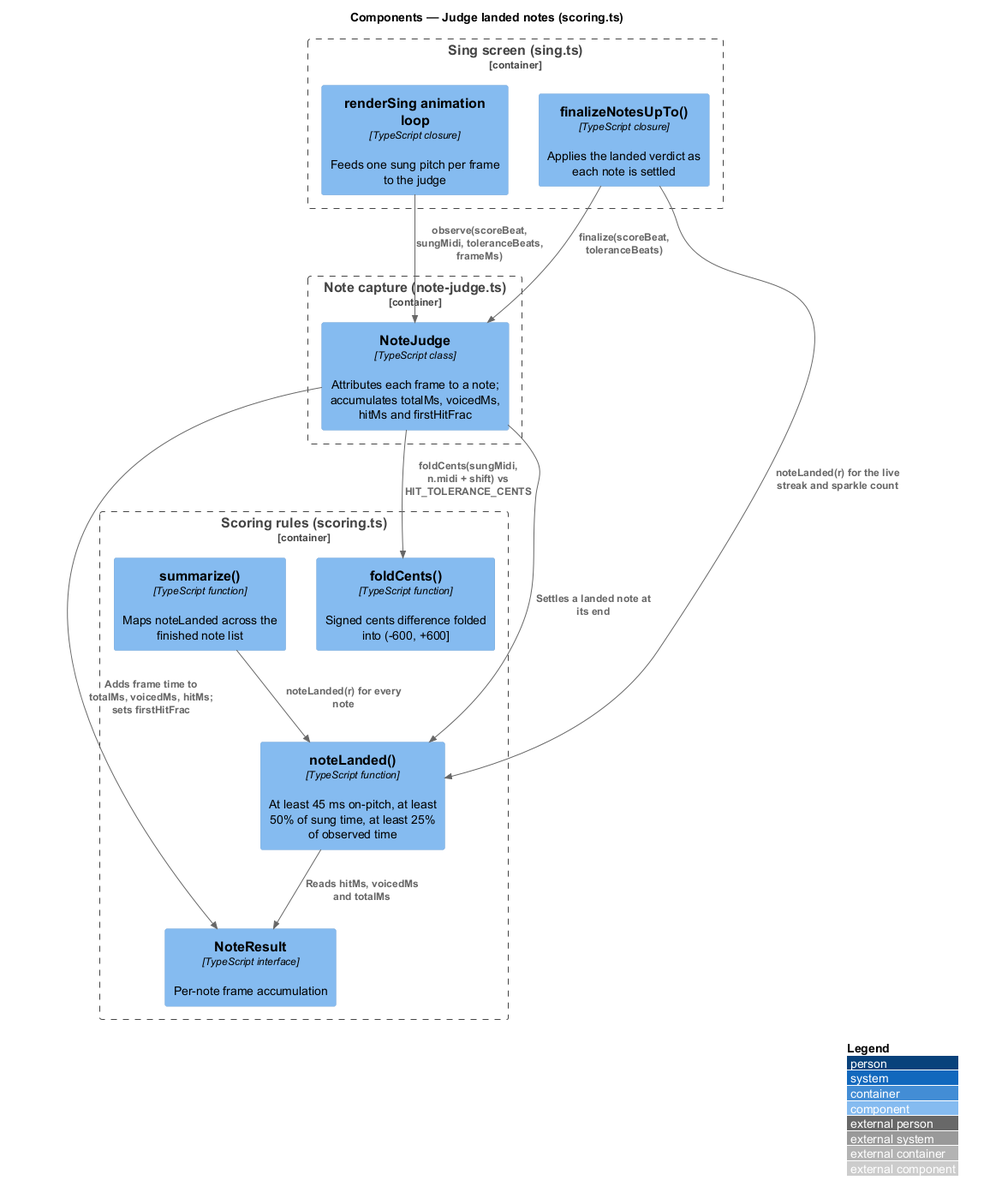
Before: docs/detailed-designs/scoring-and-results/judge-landed-notes/diagrams/c4-component.png, a diagram exported from PlantUML (QuinntyneBrown/TwinkleTune).
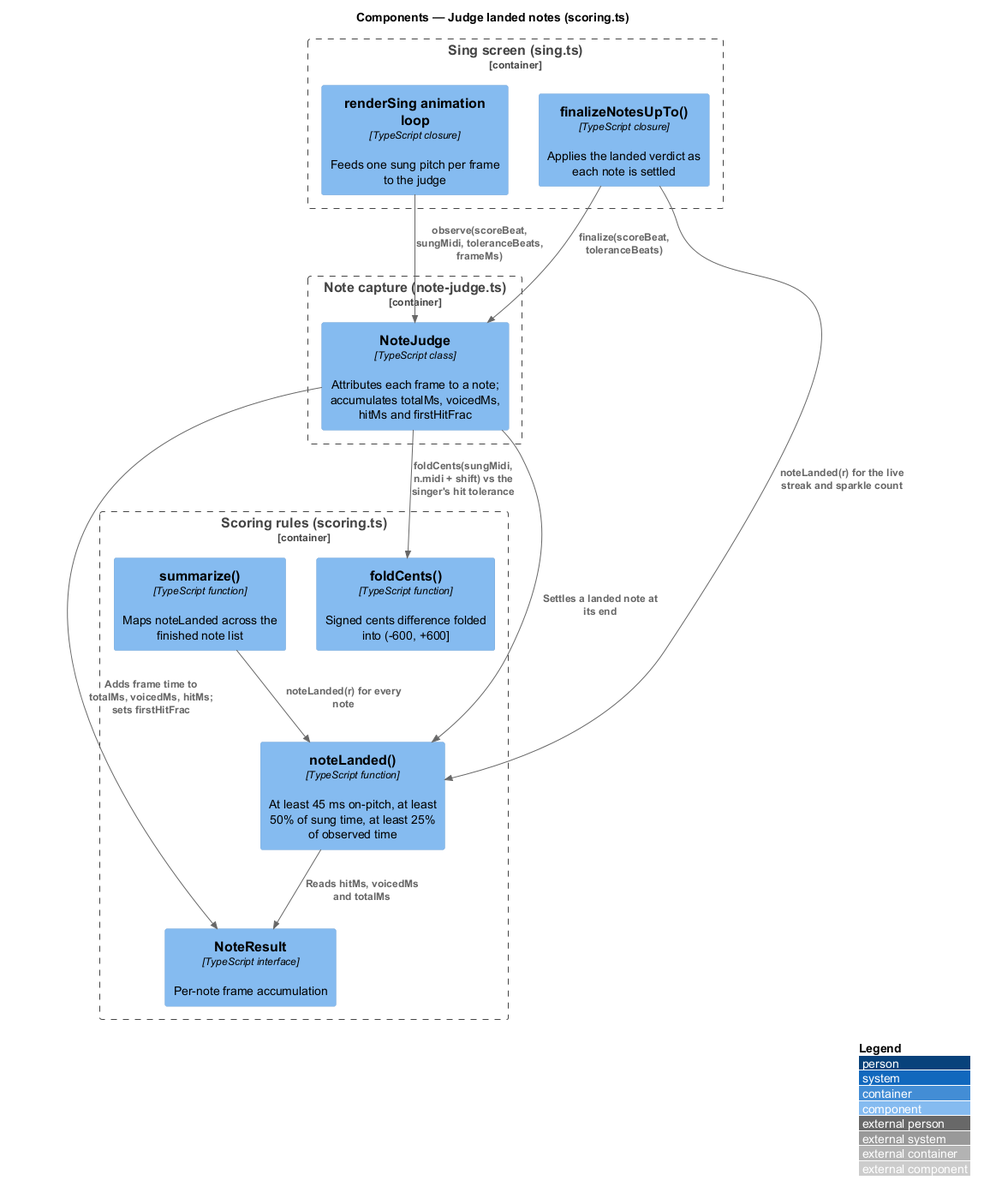
Later version of the same file.

The edit, as a diff of the source:
```diff
@@ -18,7 +18,7 @@
 }
 
 Rel(loop, judge, "observe(scoreBeat, sungMidi, toleranceBeats, frameMs)")
-Rel(judge, fold, "foldCents(sungMidi, n.midi + shift) vs HIT_TOLERANCE_CENTS")
+Rel(judge, fold, "foldCents(sungMidi, n.midi + shift) vs the singer's hit tolerance")
 Rel(judge, result, "Adds frame time to totalMs, voicedMs, hitMs; sets firstHitFrac")
 Rel(finalize, judge, "finalize(scoreBeat, toleranceBeats)")
 Rel(judge, landed, "Settles a landed note at its end")
```
